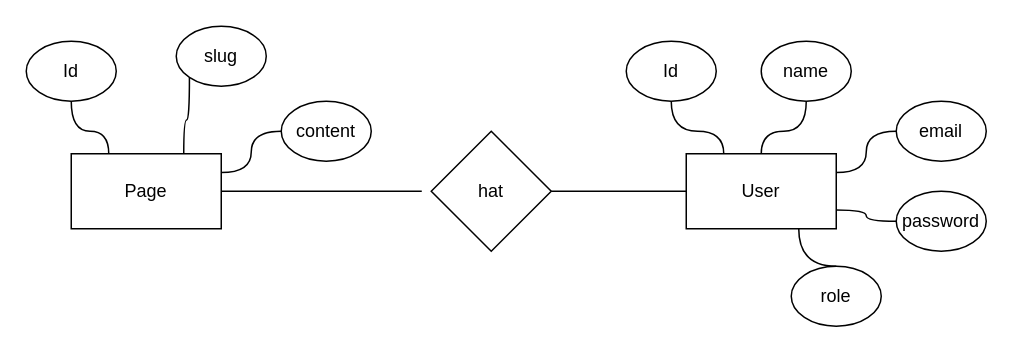
The draw.io diagram Untitled Diagram.drawio in vaighir/-CMS-WIKI-FI9E, before the edit. Source tidied: cells renumbered, new cells numbered last; positions are measured from the earlier drawing's top-left corner, leaving out a move shared by most shapes. Both pictures are drawn from the tidied source at 150%, with x=0, y=0 at pixel (26, 26).
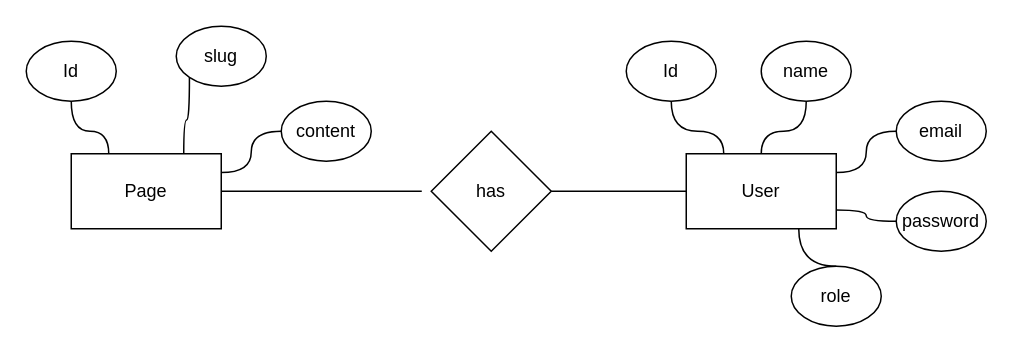
After the change.

Change to the diagram source:
```diff
@@
-    <mxCell id="3" value="hat" style="rhombus;whiteSpace=wrap;html=1;" parent="1" vertex="1">
+    <mxCell id="3" value="has" style="rhombus;whiteSpace=wrap;html=1;" parent="1" vertex="1">
       <mxGeometry x="270" y="70" width="80" height="80" as="geometry" />
     </mxCell>
```
